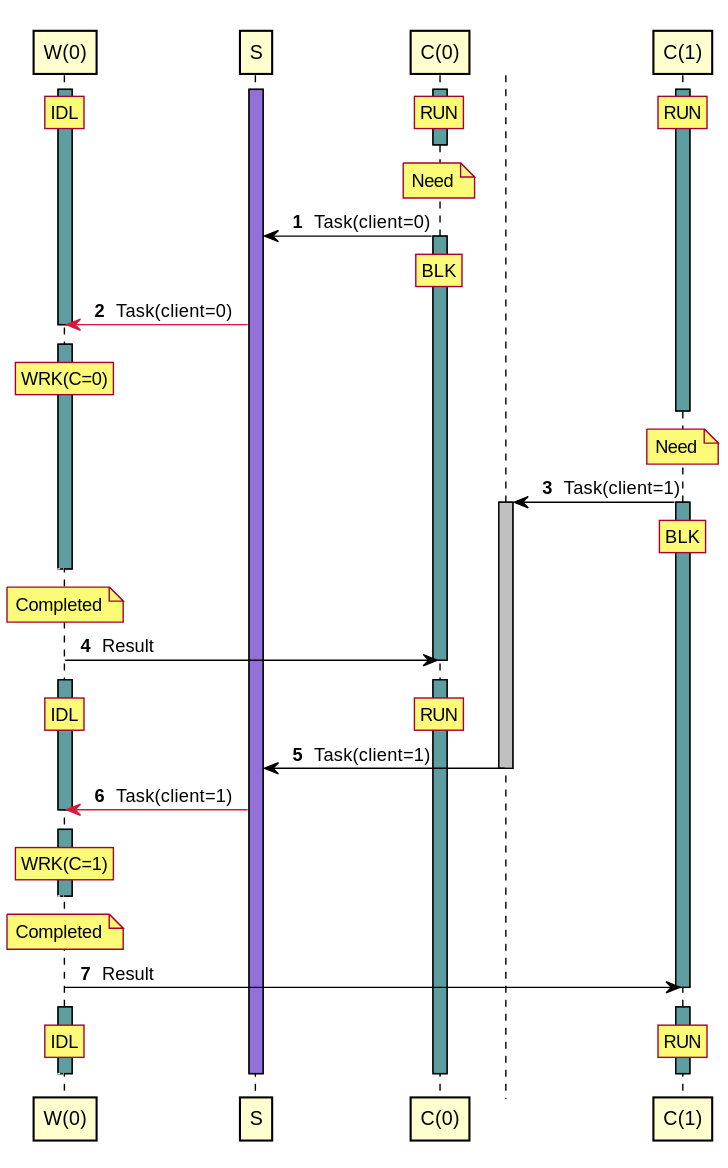
Earlier version of the PlantUML export tests/expected/example_simple/test_2_1_sequence.svg (orenbenkiki/total-space).
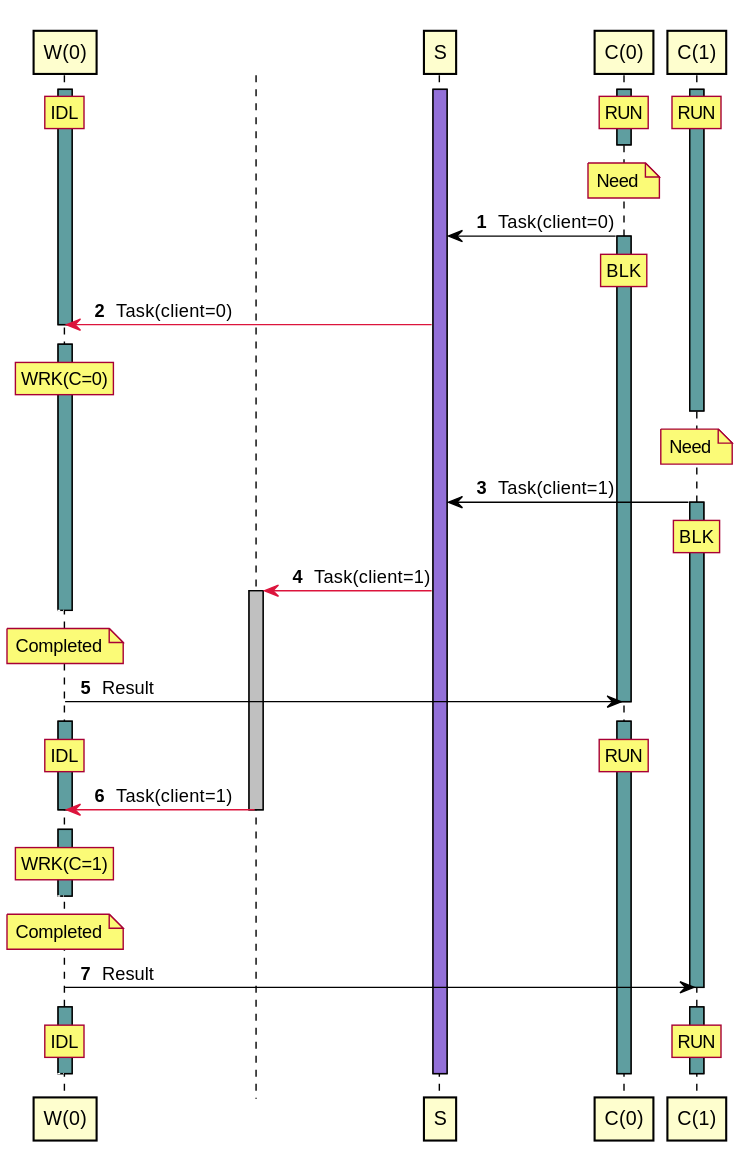
The same file after the commit.

What changed in the source:
```diff
@@ -41,11 +41,12 @@
 autonumber resume
 deactivate A3
 note over A3 : Need
-control " " as T0 order 220399
-A3 -> T0 : Task(client=1)
-activate T0 #Silver
+A3 -> A1 : Task(client=1)
 activate A3 #CadetBlue
 rnote over A3 : BLK
+control " " as T0 order 110199
+A1 -[#Crimson]> T0 : Task(client=1)
+activate T0 #Silver
 autonumber stop
 [<[#White]-- A0
 autonumber resume
@@ -60,9 +61,8 @@
 activate A2 #CadetBlue
 rnote over A0 : IDL
 / rnote over A2 : RUN
-T0 -> A1 : Task(client=1)
+T0 -[#Crimson]> A0 : Task(client=1)
 deactivate T0
-A1 -[#Crimson]> A0 : Task(client=1)
 deactivate A0
 autonumber stop
 [<[#White]-- A0
@@ -79,10 +79,10 @@
 autonumber stop
 [<[#White]-- A0
 autonumber resume
+activate A3 #CadetBlue
 activate A0 #CadetBlue
-activate A3 #CadetBlue
-rnote over A0 : IDL
-/ rnote over A3 : RUN
+rnote over A3 : RUN
+/ rnote over A0 : IDL
 autonumber stop
 [<[#White]-- A0
 autonumber resume
```
